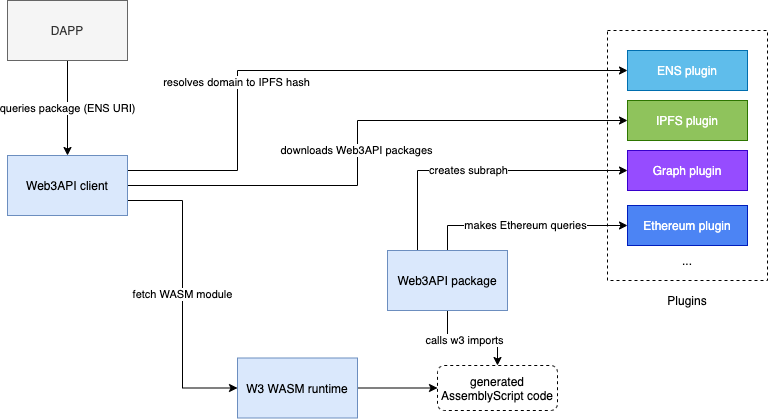
This is spec/assets/Architecture.png from polywrap/specification, a draw.io export, as it was before one commit. Source tidied: cells renumbered, new cells last; positions are measured from the earlier drawing's top-left corner, leaving out a move shared by most shapes. The source it was exported from:
```xml
<mxGraphModel>
  <root>
    <mxCell id="0" />
    <mxCell id="1" parent="0" />
    <mxCell id="2" style="rounded=0;whiteSpace=wrap;html=1;fillColor=none;dashed=1;" parent="1" vertex="1">
      <mxGeometry x="600" y="30" width="160" height="250" as="geometry" />
    </mxCell>
    <mxCell id="3" style="edgeStyle=orthogonalEdgeStyle;rounded=0;jettySize=auto;html=1;exitX=0.5;exitY=1;exitDx=0;exitDy=0;" parent="1" edge="1" source="8" target="25">
      <mxGeometry relative="1" as="geometry" />
    </mxCell>
    <mxCell id="4" value="calls w3 imports" style="edgeLabel;html=1;align=center;verticalAlign=middle;" parent="3" vertex="1">
      <mxGeometry x="-0.17" y="-1" relative="1" as="geometry">
        <mxPoint y="1" as="offset" />
      </mxGeometry>
    </mxCell>
    <mxCell id="5" value="makes Ethereum queries" style="edgeStyle=orthogonalEdgeStyle;rounded=0;jettySize=auto;html=1;exitX=0.5;exitY=0;exitDx=0;exitDy=0;entryX=0;entryY=0.5;entryDx=0;entryDy=0;" parent="1" edge="1" source="8" target="10">
      <mxGeometry relative="1" as="geometry" />
    </mxCell>
    <mxCell id="6" style="edgeStyle=orthogonalEdgeStyle;rounded=0;jettySize=auto;html=1;exitX=0.25;exitY=0;exitDx=0;exitDy=0;entryX=0;entryY=0.5;entryDx=0;entryDy=0;" parent="1" edge="1" source="8" target="11">
      <mxGeometry relative="1" as="geometry" />
    </mxCell>
    <mxCell id="7" value="creates subraph" style="edgeLabel;html=1;align=center;verticalAlign=middle;" parent="6" vertex="1">
      <mxGeometry x="-0.1" y="1" relative="1" as="geometry" />
    </mxCell>
    <mxCell id="8" value="Web3API package" style="rounded=0;whiteSpace=wrap;html=1;fillColor=#dae8fc;strokeColor=#6c8ebf;" parent="1" vertex="1">
      <mxGeometry x="380" y="250" width="120" height="60" as="geometry" />
    </mxCell>
    <mxCell id="9" value="ENS plugin" style="rounded=0;whiteSpace=wrap;html=1;fillColor=#1ba1e2;strokeColor=#006EAF;fontColor=#ffffff;fillOpacity=70;" parent="1" vertex="1">
      <mxGeometry x="620" y="50" width="120" height="40" as="geometry" />
    </mxCell>
    <mxCell id="10" value="Ethereum plugin" style="rounded=0;whiteSpace=wrap;html=1;fillColor=#0050ef;strokeColor=#001DBC;fontColor=#ffffff;fillOpacity=70;" parent="1" vertex="1">
      <mxGeometry x="620" y="205" width="120" height="40" as="geometry" />
    </mxCell>
    <mxCell id="11" value="Graph plugin" style="rounded=0;whiteSpace=wrap;html=1;fillColor=#6a00ff;strokeColor=#3700CC;fontColor=#ffffff;strokeOpacity=100;fillOpacity=70;" parent="1" vertex="1">
      <mxGeometry x="620" y="150" width="120" height="40" as="geometry" />
    </mxCell>
    <mxCell id="12" value="IPFS plugin" style="rounded=0;whiteSpace=wrap;html=1;fillColor=#60a917;strokeColor=#2D7600;fontColor=#ffffff;fillOpacity=70;" parent="1" vertex="1">
      <mxGeometry x="620" y="100" width="120" height="40" as="geometry" />
    </mxCell>
    <mxCell id="13" value="Plugins" style="text;html=1;strokeColor=none;fillColor=none;align=center;verticalAlign=middle;whiteSpace=wrap;rounded=0;dashed=1;" parent="1" vertex="1">
      <mxGeometry x="660" y="290" width="40" height="20" as="geometry" />
    </mxCell>
    <mxCell id="14" value="..." style="text;html=1;strokeColor=none;fillColor=none;align=center;verticalAlign=middle;whiteSpace=wrap;rounded=0;dashed=1;" parent="1" vertex="1">
      <mxGeometry x="660" y="250" width="40" height="20" as="geometry" />
    </mxCell>
    <mxCell id="15" style="edgeStyle=orthogonalEdgeStyle;rounded=0;jettySize=auto;html=1;exitX=1;exitY=0.25;exitDx=0;exitDy=0;entryX=0;entryY=0.5;entryDx=0;entryDy=0;" parent="1" edge="1" source="20" target="9">
      <mxGeometry relative="1" as="geometry">
        <Array as="points">
          <mxPoint x="230" y="170" />
          <mxPoint x="230" y="70" />
        </Array>
      </mxGeometry>
    </mxCell>
    <mxCell id="16" value="resolves domain to IPFS hash" style="edgeLabel;html=1;align=center;verticalAlign=middle;" parent="15" vertex="1">
      <mxGeometry x="-0.34" y="2" relative="1" as="geometry" />
    </mxCell>
    <mxCell id="17" style="edgeStyle=orthogonalEdgeStyle;rounded=0;jettySize=auto;html=1;exitX=1;exitY=0.5;exitDx=0;exitDy=0;entryX=0;entryY=0.5;entryDx=0;entryDy=0;" parent="1" edge="1" source="20" target="12">
      <mxGeometry relative="1" as="geometry">
        <Array as="points">
          <mxPoint x="350" y="185" />
          <mxPoint x="350" y="120" />
        </Array>
      </mxGeometry>
    </mxCell>
    <mxCell id="18" value="downloads Web3API packages" style="edgeLabel;html=1;align=center;verticalAlign=middle;" parent="17" vertex="1">
      <mxGeometry x="-0.06" y="2" relative="1" as="geometry" />
    </mxCell>
    <mxCell id="19" value="fetch WASM module" style="edgeStyle=orthogonalEdgeStyle;rounded=0;jettySize=auto;html=1;exitX=1;exitY=0.75;exitDx=0;exitDy=0;entryX=0;entryY=0.5;entryDx=0;entryDy=0;" parent="1" edge="1" source="20" target="22">
      <mxGeometry relative="1" as="geometry" />
    </mxCell>
    <mxCell id="20" value="Web3API client" style="rounded=0;whiteSpace=wrap;html=1;fillColor=#dae8fc;strokeColor=#6c8ebf;" parent="1" vertex="1">
      <mxGeometry y="155" width="120" height="60" as="geometry" />
    </mxCell>
    <mxCell id="21" style="edgeStyle=orthogonalEdgeStyle;rounded=0;jettySize=auto;html=1;exitX=1;exitY=0.5;exitDx=0;exitDy=0;" parent="1" edge="1" source="22" target="25">
      <mxGeometry relative="1" as="geometry" />
    </mxCell>
    <mxCell id="22" value="W3 WASM runtime" style="rounded=0;whiteSpace=wrap;html=1;fillColor=#dae8fc;strokeColor=#6c8ebf;" parent="1" vertex="1">
      <mxGeometry x="230" y="357.5" width="120" height="60" as="geometry" />
    </mxCell>
    <mxCell id="23" value="queries package (ENS URI)" style="edgeStyle=orthogonalEdgeStyle;rounded=0;jettySize=auto;html=1;exitX=0.5;exitY=1;exitDx=0;exitDy=0;" parent="1" edge="1" source="24" target="20">
      <mxGeometry relative="1" as="geometry" />
    </mxCell>
    <mxCell id="24" value="DAPP" style="rounded=0;whiteSpace=wrap;html=1;fillColor=#f5f5f5;strokeColor=#666666;fontColor=#333333;" parent="1" vertex="1">
      <mxGeometry width="120" height="60" as="geometry" />
    </mxCell>
    <mxCell id="25" value="generated AssemblyScript code" style="rounded=1;whiteSpace=wrap;html=1;dashed=1;fillColor=none;" parent="1" vertex="1">
      <mxGeometry x="430" y="365" width="120" height="45" as="geometry" />
    </mxCell>
  </root>
</mxGraphModel>
```
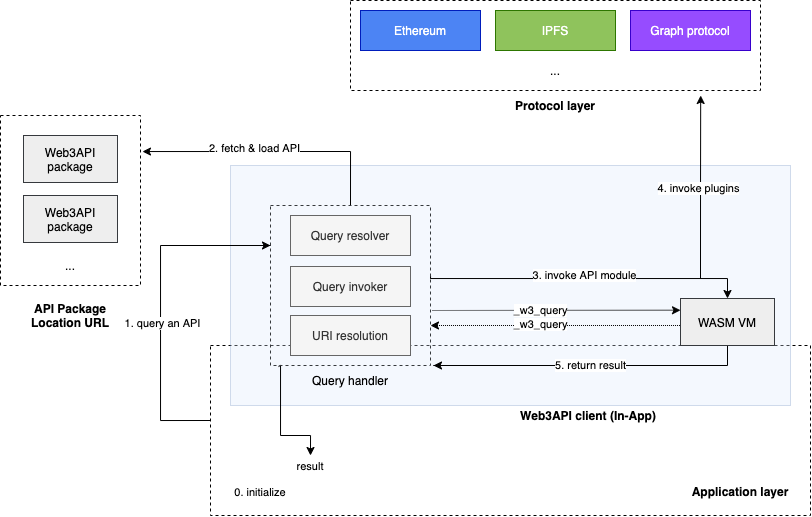
Above is the later version.

Commit message:
Update architecture with new drawing

What changed in the source:
```diff
@@ -3,88 +3,166 @@
     <mxCell id="0" />
     <mxCell id="1" parent="0" />
     <mxCell id="2" style="rounded=0;whiteSpace=wrap;html=1;fillColor=none;dashed=1;" parent="1" vertex="1">
-      <mxGeometry x="600" y="30" width="160" height="250" as="geometry" />
+      <mxGeometry x="260" y="235" width="600" height="170" as="geometry" />
     </mxCell>
-    <mxCell id="3" style="edgeStyle=orthogonalEdgeStyle;rounded=0;jettySize=auto;html=1;exitX=0.5;exitY=1;exitDx=0;exitDy=0;" parent="1" edge="1" source="8" target="25">
-      <mxGeometry relative="1" as="geometry" />
+    <mxCell id="3" style="rounded=0;whiteSpace=wrap;html=1;fillColor=#dae8fc;strokeColor=#6c8ebf;opacity=30;" parent="1" vertex="1">
+      <mxGeometry x="280" y="55" width="560" height="240" as="geometry" />
     </mxCell>
-    <mxCell id="4" value="calls w3 imports" style="edgeLabel;html=1;align=center;verticalAlign=middle;" parent="3" vertex="1">
-      <mxGeometry x="-0.17" y="-1" relative="1" as="geometry">
-        <mxPoint y="1" as="offset" />
-      </mxGeometry>
+    <mxCell id="4" style="rounded=0;whiteSpace=wrap;html=1;fillColor=none;dashed=1;" parent="1" vertex="1">
+      <mxGeometry x="400" y="-110" width="410" height="90" as="geometry" />
     </mxCell>
-    <mxCell id="5" value="makes Ethereum queries" style="edgeStyle=orthogonalEdgeStyle;rounded=0;jettySize=auto;html=1;exitX=0.5;exitY=0;exitDx=0;exitDy=0;entryX=0;entryY=0.5;entryDx=0;entryDy=0;" parent="1" edge="1" source="8" target="10">
-      <mxGeometry relative="1" as="geometry" />
+    <mxCell id="5" value="Ethereum" style="rounded=0;whiteSpace=wrap;html=1;fillColor=#0050ef;strokeColor=#001DBC;fontColor=#ffffff;fillOpacity=70;" parent="1" vertex="1">
+      <mxGeometry x="410" y="-100" width="120" height="40" as="geometry" />
     </mxCell>
-    <mxCell id="6" style="edgeStyle=orthogonalEdgeStyle;rounded=0;jettySize=auto;html=1;exitX=0.25;exitY=0;exitDx=0;exitDy=0;entryX=0;entryY=0.5;entryDx=0;entryDy=0;" parent="1" edge="1" source="8" target="11">
-      <mxGeometry relative="1" as="geometry" />
+    <mxCell id="6" value="IPFS" style="rounded=0;whiteSpace=wrap;html=1;fillColor=#60a917;strokeColor=#2D7600;fontColor=#ffffff;fillOpacity=70;" parent="1" vertex="1">
+      <mxGeometry x="545" y="-100" width="120" height="40" as="geometry" />
     </mxCell>
-    <mxCell id="7" value="creates subraph" style="edgeLabel;html=1;align=center;verticalAlign=middle;" parent="6" vertex="1">
-      <mxGeometry x="-0.1" y="1" relative="1" as="geometry" />
+    <mxCell id="7" value="Graph protocol" style="rounded=0;whiteSpace=wrap;html=1;fillColor=#6a00ff;strokeColor=#3700CC;fontColor=#ffffff;strokeOpacity=100;fillOpacity=70;" parent="1" vertex="1">
+      <mxGeometry x="680" y="-100" width="120" height="40" as="geometry" />
     </mxCell>
-    <mxCell id="8" value="Web3API package" style="rounded=0;whiteSpace=wrap;html=1;fillColor=#dae8fc;strokeColor=#6c8ebf;" parent="1" vertex="1">
-      <mxGeometry x="380" y="250" width="120" height="60" as="geometry" />
+    <mxCell id="8" value="..." style="text;html=1;strokeColor=none;fillColor=none;align=center;verticalAlign=middle;whiteSpace=wrap;rounded=0;" parent="1" vertex="1">
+      <mxGeometry x="585" y="-50" width="40" height="20" as="geometry" />
     </mxCell>
-    <mxCell id="9" value="ENS plugin" style="rounded=0;whiteSpace=wrap;html=1;fillColor=#1ba1e2;strokeColor=#006EAF;fontColor=#ffffff;fillOpacity=70;" parent="1" vertex="1">
-      <mxGeometry x="620" y="50" width="120" height="40" as="geometry" />
+    <mxCell id="9" value="Protocol layer" style="text;html=1;strokeColor=none;fillColor=none;align=center;verticalAlign=middle;whiteSpace=wrap;rounded=0;fontStyle=1;" parent="1" vertex="1">
+      <mxGeometry x="545" y="-15" width="120" height="20" as="geometry" />
     </mxCell>
-    <mxCell id="10" value="Ethereum plugin" style="rounded=0;whiteSpace=wrap;html=1;fillColor=#0050ef;strokeColor=#001DBC;fontColor=#ffffff;fillOpacity=70;" parent="1" vertex="1">
-      <mxGeometry x="620" y="205" width="120" height="40" as="geometry" />
+    <mxCell id="10" style="edgeStyle=orthogonalEdgeStyle;rounded=0;jettySize=auto;html=1;entryX=0;entryY=0.25;entryDx=0;entryDy=0;" parent="1" edge="1" target="17">
+      <mxGeometry relative="1" as="geometry">
+        <mxPoint x="260" y="310" as="sourcePoint" />
+        <Array as="points">
+          <mxPoint x="210" y="310" />
+          <mxPoint x="210" y="135" />
+          <mxPoint x="320" y="135" />
+        </Array>
+      </mxGeometry>
     </mxCell>
-    <mxCell id="11" value="Graph plugin" style="rounded=0;whiteSpace=wrap;html=1;fillColor=#6a00ff;strokeColor=#3700CC;fontColor=#ffffff;strokeOpacity=100;fillOpacity=70;" parent="1" vertex="1">
-      <mxGeometry x="620" y="150" width="120" height="40" as="geometry" />
+    <mxCell id="11" value="1. query an API" style="edgeLabel;html=1;align=center;verticalAlign=middle;points=[];" parent="10" vertex="1">
+      <mxGeometry x="0.35" y="1" relative="1" as="geometry">
+        <mxPoint y="78.3" as="offset" />
+      </mxGeometry>
     </mxCell>
-    <mxCell id="12" value="IPFS plugin" style="rounded=0;whiteSpace=wrap;html=1;fillColor=#60a917;strokeColor=#2D7600;fontColor=#ffffff;fillOpacity=70;" parent="1" vertex="1">
-      <mxGeometry x="620" y="100" width="120" height="40" as="geometry" />
+    <mxCell id="12" value="Application layer" style="text;html=1;strokeColor=none;fillColor=none;align=center;verticalAlign=middle;whiteSpace=wrap;rounded=0;fontStyle=1;" parent="1" vertex="1">
+      <mxGeometry x="730" y="371" width="120" height="20" as="geometry" />
     </mxCell>
-    <mxCell id="13" value="Plugins" style="text;html=1;strokeColor=none;fillColor=none;align=center;verticalAlign=middle;whiteSpace=wrap;rounded=0;dashed=1;" parent="1" vertex="1">
-      <mxGeometry x="660" y="290" width="40" height="20" as="geometry" />
+    <mxCell id="13" value="Web3API client (In-App)" style="text;html=1;strokeColor=none;fillColor=none;align=center;verticalAlign=middle;whiteSpace=wrap;rounded=0;fontStyle=1;" parent="1" vertex="1">
+      <mxGeometry x="563" y="295" width="150" height="20" as="geometry" />
     </mxCell>
-    <mxCell id="14" value="..." style="text;html=1;strokeColor=none;fillColor=none;align=center;verticalAlign=middle;whiteSpace=wrap;rounded=0;dashed=1;" parent="1" vertex="1">
-      <mxGeometry x="660" y="250" width="40" height="20" as="geometry" />
+    <mxCell id="14" style="edgeStyle=orthogonalEdgeStyle;rounded=0;jettySize=auto;html=1;exitX=0.5;exitY=0;exitDx=0;exitDy=0;entryX=1.014;entryY=0.212;entryDx=0;entryDy=0;entryPerimeter=0;" parent="1" edge="1" source="17" target="22">
+      <mxGeometry relative="1" as="geometry">
+        <Array as="points">
+          <mxPoint x="400" y="41" />
+        </Array>
+      </mxGeometry>
     </mxCell>
-    <mxCell id="15" style="edgeStyle=orthogonalEdgeStyle;rounded=0;jettySize=auto;html=1;exitX=1;exitY=0.25;exitDx=0;exitDy=0;entryX=0;entryY=0.5;entryDx=0;entryDy=0;" parent="1" edge="1" source="20" target="9">
-      <mxGeometry relative="1" as="geometry">
-        <Array as="points">
-          <mxPoint x="230" y="170" />
-          <mxPoint x="230" y="70" />
-        </Array>
+    <mxCell id="15" value="2. fetch &amp;amp; load API" style="edgeLabel;html=1;align=center;verticalAlign=middle;" parent="14" vertex="1">
+      <mxGeometry x="0.34" relative="1" as="geometry">
+        <mxPoint x="25" y="-3" as="offset" />
       </mxGeometry>
     </mxCell>
-    <mxCell id="16" value="resolves domain to IPFS hash" style="edgeLabel;html=1;align=center;verticalAlign=middle;" parent="15" vertex="1">
-      <mxGeometry x="-0.34" y="2" relative="1" as="geometry" />
+    <mxCell id="16" style="edgeStyle=orthogonalEdgeStyle;rounded=0;jettySize=auto;html=1;exitX=0.05;exitY=1.006;exitDx=0;exitDy=0;entryX=0.5;entryY=0;entryDx=0;entryDy=0;exitPerimeter=0;" parent="1" edge="1" source="17" target="28">
+      <mxGeometry relative="1" as="geometry">
+        <Array as="points">
+          <mxPoint x="330" y="255" />
+          <mxPoint x="330" y="325" />
+          <mxPoint x="360" y="325" />
+        </Array>
+      </mxGeometry>
     </mxCell>
-    <mxCell id="17" style="edgeStyle=orthogonalEdgeStyle;rounded=0;jettySize=auto;html=1;exitX=1;exitY=0.5;exitDx=0;exitDy=0;entryX=0;entryY=0.5;entryDx=0;entryDy=0;" parent="1" edge="1" source="20" target="12">
-      <mxGeometry relative="1" as="geometry">
-        <Array as="points">
-          <mxPoint x="350" y="185" />
-          <mxPoint x="350" y="120" />
-        </Array>
-      </mxGeometry>
+    <mxCell id="17" style="rounded=0;whiteSpace=wrap;html=1;strokeColor=#36393d;fillColor=none;dashed=1;" parent="1" vertex="1">
+      <mxGeometry x="320" y="95" width="160" height="160" as="geometry" />
     </mxCell>
-    <mxCell id="18" value="downloads Web3API packages" style="edgeLabel;html=1;align=center;verticalAlign=middle;" parent="17" vertex="1">
-      <mxGeometry x="-0.06" y="2" relative="1" as="geometry" />
+    <mxCell id="18" value="5. return result" style="edgeStyle=orthogonalEdgeStyle;rounded=0;jettySize=auto;html=1;exitX=0.5;exitY=1;exitDx=0;exitDy=0;" parent="1" edge="1" source="21">
+      <mxGeometry relative="1" as="geometry">
+        <mxPoint x="483" y="255" as="targetPoint" />
+        <Array as="points">
+          <mxPoint x="777" y="255" />
+          <mxPoint x="483" y="255" />
+        </Array>
+      </mxGeometry>
     </mxCell>
-    <mxCell id="19" value="fetch WASM module" style="edgeStyle=orthogonalEdgeStyle;rounded=0;jettySize=auto;html=1;exitX=1;exitY=0.75;exitDx=0;exitDy=0;entryX=0;entryY=0.5;entryDx=0;entryDy=0;" parent="1" edge="1" source="20" target="22">
-      <mxGeometry relative="1" as="geometry" />
+    <mxCell id="19" style="edgeStyle=orthogonalEdgeStyle;rounded=0;jettySize=auto;html=1;exitX=0;exitY=0.5;exitDx=0;exitDy=0;entryX=1;entryY=0.75;entryDx=0;entryDy=0;dashed=1;dashPattern=1 1;" parent="1" edge="1" source="21" target="17">
+      <mxGeometry relative="1" as="geometry">
+        <Array as="points">
+          <mxPoint x="730" y="215" />
+        </Array>
+      </mxGeometry>
     </mxCell>
-    <mxCell id="20" value="Web3API client" style="rounded=0;whiteSpace=wrap;html=1;fillColor=#dae8fc;strokeColor=#6c8ebf;" parent="1" vertex="1">
-      <mxGeometry y="155" width="120" height="60" as="geometry" />
+    <mxCell id="20" value="_w3_query" style="edgeLabel;html=1;align=center;verticalAlign=middle;points=[];" parent="19" vertex="1">
+      <mxGeometry x="0.13" y="-1" relative="1" as="geometry" />
     </mxCell>
-    <mxCell id="21" style="edgeStyle=orthogonalEdgeStyle;rounded=0;jettySize=auto;html=1;exitX=1;exitY=0.5;exitDx=0;exitDy=0;" parent="1" edge="1" source="22" target="25">
-      <mxGeometry relative="1" as="geometry" />
+    <mxCell id="21" value="WASM VM" style="rounded=0;whiteSpace=wrap;html=1;fillColor=#eeeeee;strokeColor=#36393d;" parent="1" vertex="1">
+      <mxGeometry x="730" y="188" width="94" height="47" as="geometry" />
     </mxCell>
-    <mxCell id="22" value="W3 WASM runtime" style="rounded=0;whiteSpace=wrap;html=1;fillColor=#dae8fc;strokeColor=#6c8ebf;" parent="1" vertex="1">
-      <mxGeometry x="230" y="357.5" width="120" height="60" as="geometry" />
+    <mxCell id="22" style="rounded=0;whiteSpace=wrap;html=1;fillColor=none;dashed=1;" parent="1" vertex="1">
+      <mxGeometry x="50" y="5" width="140" height="170" as="geometry" />
     </mxCell>
-    <mxCell id="23" value="queries package (ENS URI)" style="edgeStyle=orthogonalEdgeStyle;rounded=0;jettySize=auto;html=1;exitX=0.5;exitY=1;exitDx=0;exitDy=0;" parent="1" edge="1" source="24" target="20">
-      <mxGeometry relative="1" as="geometry" />
+    <mxCell id="23" value="Web3API package" style="rounded=0;whiteSpace=wrap;html=1;fillColor=#eeeeee;strokeColor=#36393d;" parent="1" vertex="1">
+      <mxGeometry x="73" y="25" width="94" height="47" as="geometry" />
     </mxCell>
-    <mxCell id="24" value="DAPP" style="rounded=0;whiteSpace=wrap;html=1;fillColor=#f5f5f5;strokeColor=#666666;fontColor=#333333;" parent="1" vertex="1">
-      <mxGeometry width="120" height="60" as="geometry" />
+    <mxCell id="24" value="Web3API package" style="rounded=0;whiteSpace=wrap;html=1;fillColor=#eeeeee;strokeColor=#36393d;" parent="1" vertex="1">
+      <mxGeometry x="73" y="85" width="94" height="47" as="geometry" />
     </mxCell>
-    <mxCell id="25" value="generated AssemblyScript code" style="rounded=1;whiteSpace=wrap;html=1;dashed=1;fillColor=none;" parent="1" vertex="1">
-      <mxGeometry x="430" y="365" width="120" height="45" as="geometry" />
+    <mxCell id="25" value="..." style="text;html=1;strokeColor=none;fillColor=none;align=center;verticalAlign=middle;whiteSpace=wrap;rounded=0;" parent="1" vertex="1">
+      <mxGeometry x="100" y="145" width="40" height="20" as="geometry" />
     </mxCell>
+    <mxCell id="26" value="API Package Location URL" style="text;html=1;strokeColor=none;fillColor=none;align=center;verticalAlign=middle;whiteSpace=wrap;rounded=0;fontStyle=1;" parent="1" vertex="1">
+      <mxGeometry x="60" y="195" width="120" height="20" as="geometry" />
+    </mxCell>
+    <mxCell id="27" value="&lt;font style=&quot;font-size: 11px&quot;&gt;0. initialize&lt;/font&gt;" style="text;html=1;strokeColor=none;fillColor=none;align=center;verticalAlign=middle;whiteSpace=wrap;rounded=0;" parent="1" vertex="1">
+      <mxGeometry x="270" y="371" width="80" height="20" as="geometry" />
+    </mxCell>
+    <mxCell id="28" value="&lt;font style=&quot;font-size: 11px&quot;&gt;result&lt;/font&gt;" style="text;html=1;strokeColor=none;fillColor=none;align=center;verticalAlign=middle;whiteSpace=wrap;rounded=0;" parent="1" vertex="1">
+      <mxGeometry x="340" y="345" width="40" height="20" as="geometry" />
+    </mxCell>
+    <mxCell id="29" value="Query handler" style="text;html=1;strokeColor=none;fillColor=none;align=center;verticalAlign=middle;whiteSpace=wrap;rounded=0;dashed=1;" parent="1" vertex="1">
+      <mxGeometry x="360" y="260" width="80" height="20" as="geometry" />
+    </mxCell>
+    <mxCell id="30" value="Query resolver" style="rounded=0;whiteSpace=wrap;html=1;fillColor=#f5f5f5;strokeColor=#666666;fontColor=#333333;" parent="1" vertex="1">
+      <mxGeometry x="340" y="105" width="120" height="40" as="geometry" />
+    </mxCell>
+    <mxCell id="31" style="edgeStyle=orthogonalEdgeStyle;rounded=0;orthogonalLoop=1;jettySize=auto;html=1;entryX=0.359;entryY=1.022;entryDx=0;entryDy=0;entryPerimeter=0;" parent="1" edge="1">
+      <mxGeometry relative="1" as="geometry">
+        <mxPoint x="750" y="168" as="sourcePoint" />
+        <mxPoint x="750.2" y="-15" as="targetPoint" />
+        <Array as="points">
+          <mxPoint x="750" y="76" />
+          <mxPoint x="750" y="76" />
+        </Array>
+      </mxGeometry>
+    </mxCell>
+    <mxCell id="32" value="4. invoke plugins" style="edgeLabel;html=1;align=center;verticalAlign=middle;" parent="31" vertex="1">
+      <mxGeometry x="0.63" y="1" relative="1" as="geometry">
+        <mxPoint x="-1.2" y="59.5" as="offset" />
+      </mxGeometry>
+    </mxCell>
+    <mxCell id="33" style="edgeStyle=orthogonalEdgeStyle;rounded=0;jettySize=auto;html=1;entryX=0.5;entryY=0;entryDx=0;entryDy=0;" parent="1" edge="1" target="21">
+      <mxGeometry relative="1" as="geometry">
+        <mxPoint x="480" y="168" as="sourcePoint" />
+        <Array as="points">
+          <mxPoint x="480" y="166" />
+          <mxPoint x="480" y="168" />
+          <mxPoint x="777" y="168" />
+        </Array>
+      </mxGeometry>
+    </mxCell>
+    <mxCell id="34" value="3. invoke API module" style="edgeLabel;html=1;align=center;verticalAlign=middle;" parent="33" vertex="1">
+      <mxGeometry x="-0.02" y="-2" relative="1" as="geometry">
+        <mxPoint y="-5" as="offset" />
+      </mxGeometry>
+    </mxCell>
+    <mxCell id="35" value="Query invoker" style="rounded=0;whiteSpace=wrap;html=1;fillColor=#f5f5f5;strokeColor=#666666;fontColor=#333333;" parent="1" vertex="1">
+      <mxGeometry x="340" y="156" width="120" height="40" as="geometry" />
+    </mxCell>
+    <mxCell id="36" value="URI resolution" style="rounded=0;whiteSpace=wrap;html=1;fillColor=#f5f5f5;strokeColor=#666666;fontColor=#333333;" parent="1" vertex="1">
+      <mxGeometry x="340" y="205" width="120" height="40" as="geometry" />
+    </mxCell>
+    <mxCell id="37" style="endArrow=classic;html=1;entryX=0;entryY=0.25;entryDx=0;entryDy=0;dashed=1;dashPattern=1 1;" parent="1" edge="1" target="21">
+      <mxGeometry relative="1" as="geometry">
+        <mxPoint x="482" y="200" as="sourcePoint" />
+      </mxGeometry>
+    </mxCell>
+    <mxCell id="38" value="_w3_query" style="edgeLabel;html=1;align=center;verticalAlign=middle;" parent="37" vertex="1">
+      <mxGeometry x="-0.13" relative="1" as="geometry" />
+    </mxCell>
   </root>
 </mxGraphModel>
```
